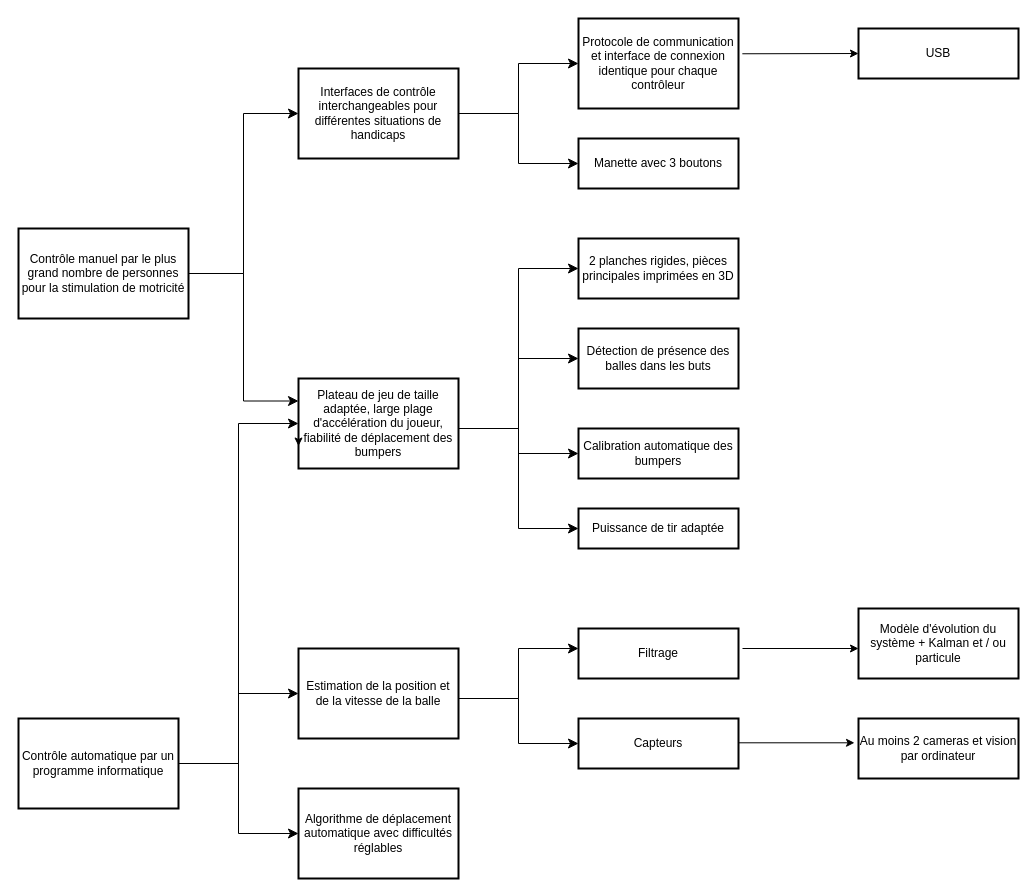
The draw.io diagram PING²_Diagramme_fonctionnel.drawio in tonysoux/PING22, before the edit. Source tidied: cells renumbered, new cells numbered last; positions are measured from the earlier drawing's top-left corner, leaving out a move shared by most shapes. Both pictures are drawn from the tidied source at 100%, with x=0, y=0 at pixel (18, 18).
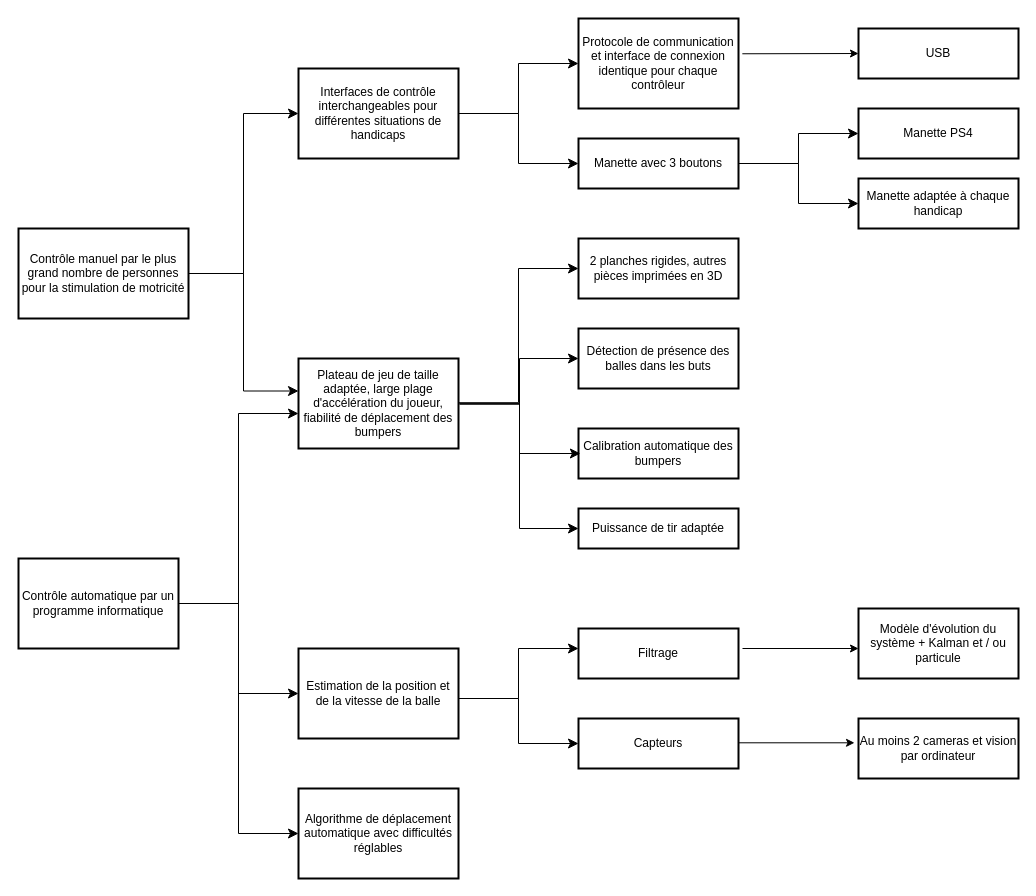
Above is the later version.

Commit message:
Mettre à jour PING²_Diagramme_fonctionnel.drawio

Unchanged cells that the change refers to:
```xml
<mxCell id="2" value="Contrôle manuel par le plus grand nombre de personnes pour la stimulation de motricité " style="whiteSpace=wrap;strokeWidth=2;" parent="1" vertex="1">
  <mxGeometry y="210" width="170" height="90" as="geometry" />
</mxCell>
<mxCell id="6" value="Manette avec 3 boutons" style="whiteSpace=wrap;strokeWidth=2;" parent="1" vertex="1">
  <mxGeometry x="560" y="120" width="160" height="50" as="geometry" />
</mxCell>
<mxCell id="12" value="Détection de présence des balles dans les buts" style="whiteSpace=wrap;strokeWidth=2;" parent="1" vertex="1">
  <mxGeometry x="560" y="310" width="160" height="60" as="geometry" />
</mxCell>
<mxCell id="13" value="Calibration automatique des bumpers" style="whiteSpace=wrap;strokeWidth=2;" parent="1" vertex="1">
  <mxGeometry x="560" y="410" width="160" height="50" as="geometry" />
</mxCell>
<mxCell id="14" value="Puissance de tir adaptée " style="whiteSpace=wrap;strokeWidth=2;" parent="1" vertex="1">
  <mxGeometry x="560" y="490" width="160" height="40" as="geometry" />
</mxCell>
```

Change to the diagram source:
```diff
@@
-    <mxCell id="7" value="Plateau de jeu de taille adaptée, large plage d'accélération du joueur, fiabilité de déplacement des bumpers " style="whiteSpace=wrap;strokeWidth=2;" parent="1" vertex="1">
-      <mxGeometry x="280" y="360" width="160" height="90" as="geometry" />
-    </mxCell>
@@
     <mxCell id="9" value="Contrôle automatique par un programme informatique " style="whiteSpace=wrap;strokeWidth=2;" parent="1" vertex="1">
-      <mxGeometry y="700" width="160" height="90" as="geometry" />
+      <mxGeometry y="540" width="160" height="90" as="geometry" />
     </mxCell>
@@
-    <mxCell id="11" value="2 planches rigides, pièces principales imprimées en 3D" style="whiteSpace=wrap;strokeWidth=2;" parent="1" vertex="1">
+    <mxCell id="11" value="2 planches rigides, autres pièces imprimées en 3D" style="whiteSpace=wrap;strokeWidth=2;" parent="1" vertex="1">
       <mxGeometry x="560" y="220" width="160" height="60" as="geometry" />
     </mxCell>
@@
-    <mxCell id="19" style="edgeStyle=elbowEdgeStyle;elbow=horizontal;endArrow=classic;html=1;curved=0;rounded=0;endSize=8;startSize=8;exitX=1;exitY=0.5;exitDx=0;exitDy=0;entryX=0;entryY=0.5;entryDx=0;entryDy=0;" parent="1" edge="1" source="9" target="7">
-      <mxGeometry relative="1" as="geometry" />
+    <mxCell id="19" style="edgeStyle=elbowEdgeStyle;elbow=horizontal;endArrow=classic;html=1;curved=0;rounded=0;endSize=8;startSize=8;exitX=1;exitY=0.5;exitDx=0;exitDy=0;entryX=0;entryY=0.5;entryDx=0;entryDy=0;" parent="1" edge="1" source="9">
+      <mxGeometry relative="1" as="geometry">
+        <mxPoint x="280" y="395" as="targetPoint" />
+      </mxGeometry>
     </mxCell>
@@
-    <mxCell id="23" style="edgeStyle=elbowEdgeStyle;elbow=horizontal;endArrow=classic;html=1;curved=0;rounded=0;endSize=8;startSize=8;exitX=1;exitY=0.5;exitDx=0;exitDy=0;entryX=0;entryY=0.25;entryDx=0;entryDy=0;" parent="1" edge="1" source="2" target="7">
-      <mxGeometry relative="1" as="geometry" />
+    <mxCell id="23" style="edgeStyle=elbowEdgeStyle;elbow=horizontal;endArrow=classic;html=1;curved=0;rounded=0;endSize=8;startSize=8;exitX=1;exitY=0.5;exitDx=0;exitDy=0;entryX=0;entryY=0.25;entryDx=0;entryDy=0;" parent="1" edge="1" source="2">
+      <mxGeometry relative="1" as="geometry">
+        <mxPoint x="280" y="372.5" as="targetPoint" />
+      </mxGeometry>
     </mxCell>
-    <mxCell id="24" style="edgeStyle=orthogonalEdgeStyle;rounded=0;orthogonalLoop=1;jettySize=auto;html=1;exitX=0;exitY=0.5;exitDx=0;exitDy=0;entryX=0;entryY=0.75;entryDx=0;entryDy=0;" parent="1" edge="1" source="7" target="7">
-      <mxGeometry relative="1" as="geometry" />
-    </mxCell>
@@
-    <mxCell id="27" style="edgeStyle=elbowEdgeStyle;elbow=horizontal;endArrow=classic;html=1;curved=0;rounded=0;endSize=8;startSize=8;entryX=0;entryY=0.5;entryDx=0;entryDy=0;exitX=1;exitY=0.5;exitDx=0;exitDy=0;" parent="1" edge="1" target="11">
+    <mxCell id="27" style="edgeStyle=elbowEdgeStyle;elbow=horizontal;endArrow=classic;html=1;curved=0;rounded=0;endSize=8;startSize=8;entryX=0;entryY=0.5;entryDx=0;entryDy=0;exitX=0.995;exitY=0.38;exitDx=0;exitDy=0;exitPerimeter=0;" parent="1" edge="1" target="11">
       <mxGeometry relative="1" as="geometry">
-        <mxPoint x="440" y="410" as="sourcePoint" />
+        <mxPoint x="439.2" y="384.2" as="sourcePoint" />
       </mxGeometry>
     </mxCell>
-    <mxCell id="28" style="edgeStyle=elbowEdgeStyle;elbow=horizontal;endArrow=classic;html=1;curved=0;rounded=0;endSize=8;startSize=8;entryX=0;entryY=0.5;entryDx=0;entryDy=0;exitX=1;exitY=0.5;exitDx=0;exitDy=0;" parent="1" edge="1" target="12">
+    <mxCell id="28" style="edgeStyle=elbowEdgeStyle;elbow=horizontal;endArrow=classic;html=1;curved=0;rounded=0;endSize=8;startSize=8;entryX=0;entryY=0.5;entryDx=0;entryDy=0;exitX=1.009;exitY=0.393;exitDx=0;exitDy=0;exitPerimeter=0;" parent="1" edge="1" target="12">
       <mxGeometry relative="1" as="geometry">
-        <mxPoint x="440" y="410" as="sourcePoint" />
+        <mxPoint x="441.4" y="385.4" as="sourcePoint" />
       </mxGeometry>
     </mxCell>
-    <mxCell id="29" style="edgeStyle=elbowEdgeStyle;elbow=horizontal;endArrow=classic;html=1;curved=0;rounded=0;endSize=8;startSize=8;entryX=0;entryY=0.5;entryDx=0;entryDy=0;exitX=1;exitY=0.5;exitDx=0;exitDy=0;" parent="1" edge="1" target="13">
+    <mxCell id="29" style="edgeStyle=elbowEdgeStyle;elbow=horizontal;endArrow=classic;html=1;curved=0;rounded=0;endSize=8;startSize=8;entryX=0;entryY=0.5;entryDx=0;entryDy=0;exitX=0.988;exitY=0.393;exitDx=0;exitDy=0;exitPerimeter=0;" parent="1" edge="1">
       <mxGeometry relative="1" as="geometry">
-        <mxPoint x="440" y="410" as="sourcePoint" />
+        <mxPoint x="440" y="385.4" as="sourcePoint" />
+        <mxPoint x="561.9" y="435" as="targetPoint" />
       </mxGeometry>
     </mxCell>
-    <mxCell id="30" style="edgeStyle=elbowEdgeStyle;elbow=horizontal;endArrow=classic;html=1;curved=0;rounded=0;endSize=8;startSize=8;entryX=0;entryY=0.5;entryDx=0;entryDy=0;exitX=1;exitY=0.5;exitDx=0;exitDy=0;" parent="1" edge="1" target="14">
+    <mxCell id="30" style="edgeStyle=elbowEdgeStyle;elbow=horizontal;endArrow=classic;html=1;curved=0;rounded=0;endSize=8;startSize=8;entryX=0;entryY=0.5;entryDx=0;entryDy=0;exitX=1.009;exitY=0.393;exitDx=0;exitDy=0;exitPerimeter=0;" parent="1" edge="1" target="14">
       <mxGeometry relative="1" as="geometry">
-        <mxPoint x="440" y="410" as="sourcePoint" />
+        <mxPoint x="441.4" y="385.4" as="sourcePoint" />
       </mxGeometry>
     </mxCell>
@@
+    <mxCell id="36" value="Manette PS4" style="whiteSpace=wrap;strokeWidth=2;" parent="1" vertex="1">
+      <mxGeometry x="840" y="90" width="160" height="50" as="geometry" />
+    </mxCell>
+    <mxCell id="37" value="Manette adaptée à chaque handicap " style="whiteSpace=wrap;strokeWidth=2;" parent="1" vertex="1">
+      <mxGeometry x="840" y="160" width="160" height="50" as="geometry" />
+    </mxCell>
+    <mxCell id="38" style="edgeStyle=elbowEdgeStyle;elbow=horizontal;endArrow=classic;html=1;curved=0;rounded=0;endSize=8;startSize=8;entryX=0;entryY=0.5;entryDx=0;entryDy=0;exitX=1;exitY=0.5;exitDx=0;exitDy=0;" parent="1" edge="1" source="6" target="36">
+      <mxGeometry relative="1" as="geometry" />
+    </mxCell>
+    <mxCell id="39" style="edgeStyle=elbowEdgeStyle;elbow=horizontal;endArrow=classic;html=1;curved=0;rounded=0;endSize=8;startSize=8;entryX=0;entryY=0.5;entryDx=0;entryDy=0;exitX=1;exitY=0.5;exitDx=0;exitDy=0;" parent="1" edge="1" source="6" target="37">
+      <mxGeometry relative="1" as="geometry" />
+    </mxCell>
+    <mxCell id="7" value="Plateau de jeu de taille adaptée, large plage d'accélération du joueur, fiabilité de déplacement des bumpers " style="whiteSpace=wrap;strokeWidth=2;" parent="1" vertex="1">
+      <mxGeometry x="280" y="340" width="160" height="90" as="geometry" />
+    </mxCell>
```
